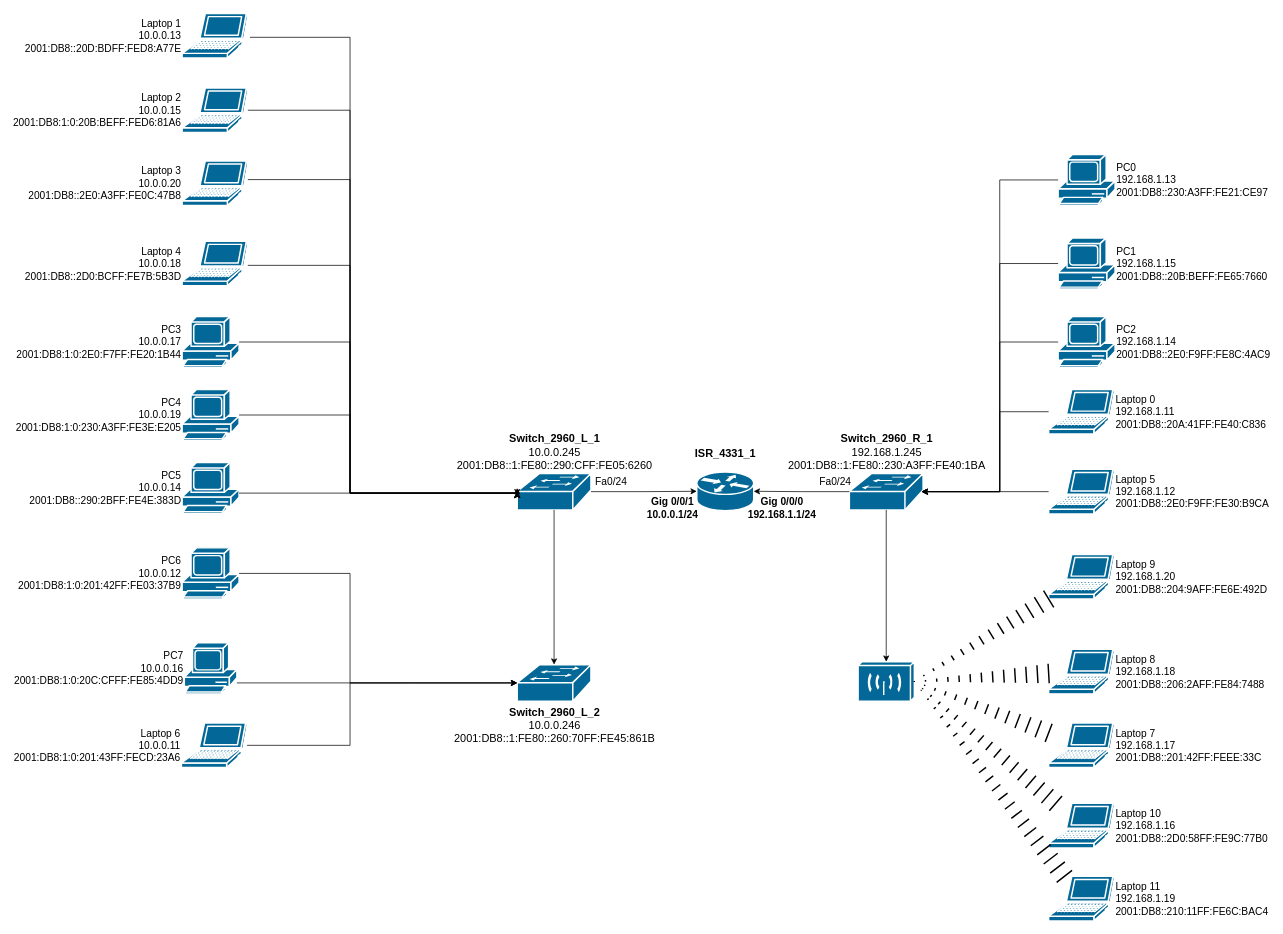
MijsBjornPXL/WPL1_Netwerkdocumentatie keeps this draw.io diagram as Topoligy.drawio. Above is the earlier version. Source tidied: cells renumbered, new cells numbered last; positions are measured from the earlier drawing's top-left corner, leaving out a move shared by most shapes. Both pictures are drawn from the tidied source at 73%, with x=0, y=0 at pixel (181, 13).
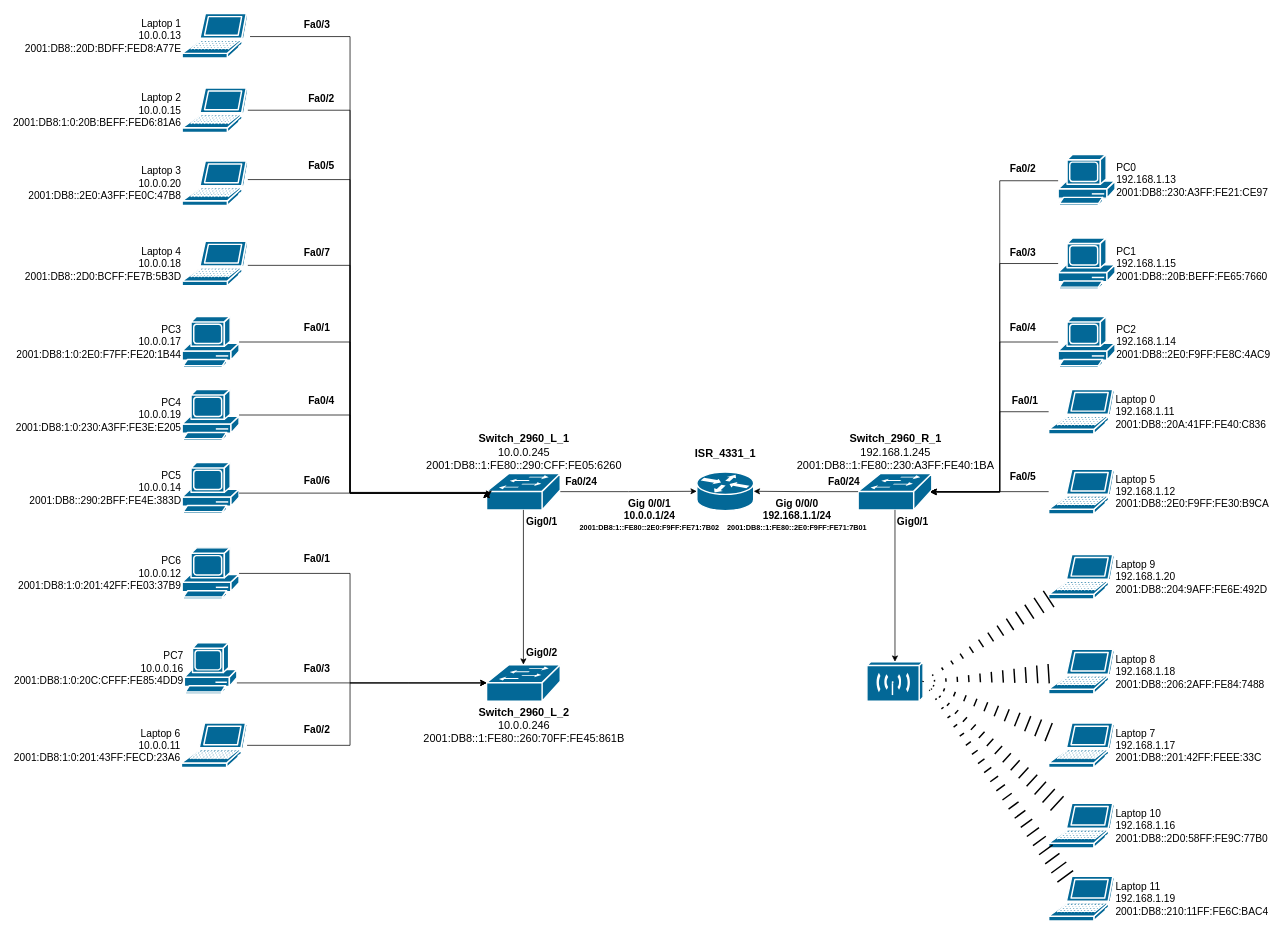
After the change.

The change refers to these unchanged cells:
```xml
<mxCell id="28" value="&lt;font style=&quot;font-size: 14px;&quot;&gt;PC0&lt;/font&gt;&lt;div&gt;&lt;font style=&quot;font-size: 14px;&quot;&gt;192.168.1.13&lt;/font&gt;&lt;/div&gt;&lt;div&gt;&lt;font style=&quot;font-size: 14px;&quot;&gt;2001:DB8::230:A3FF:FE21:CE97&lt;/font&gt;&lt;/div&gt;" style="shape=mxgraph.cisco.computers_and_peripherals.pc;sketch=0;html=1;dashed=0;fillColor=#036897;strokeColor=#ffffff;strokeWidth=2;verticalLabelPosition=middle;verticalAlign=middle;align=left;outlineConnect=0;labelPosition=right;" parent="1" vertex="1">
  <mxGeometry x="1201" y="193" width="78" height="70" as="geometry" />
</mxCell>
```

What changed in the source:
```diff
@@
     <mxCell id="4" value="&lt;font style=&quot;font-size: 15px;&quot;&gt;Switch_2960_L_1&lt;/font&gt;&lt;div&gt;&lt;font style=&quot;font-size: 15px; font-weight: normal;&quot;&gt;10.0.0.245&lt;/font&gt;&lt;/div&gt;&lt;div&gt;&lt;font style=&quot;&quot;&gt;&lt;span style=&quot;font-size: 15px; font-weight: 400;&quot;&gt;2001:DB8::1:FE80::290:CFF:FE05:6260&lt;/span&gt;&lt;/font&gt;&lt;/div&gt;" style="shape=mxgraph.cisco.switches.workgroup_switch;sketch=0;html=1;dashed=0;fillColor=#036897;strokeColor=#ffffff;strokeWidth=2;verticalLabelPosition=top;verticalAlign=bottom;align=center;outlineConnect=0;labelPosition=center;fontStyle=1;" parent="1" vertex="1">
-      <mxGeometry x="460" y="630" width="101" height="50" as="geometry" />
+      <mxGeometry x="418" y="630" width="101" height="50" as="geometry" />
     </mxCell>
     <mxCell id="5" value="Switch_2960_R_1&lt;div&gt;&lt;span style=&quot;font-weight: normal;&quot;&gt;192.168.1.245&lt;/span&gt;&lt;/div&gt;&lt;div&gt;&lt;span style=&quot;font-size: 15px; font-weight: 400;&quot;&gt;2001:DB8::1:FE80::230:A3FF:FE40:1BA&lt;/span&gt;&lt;/div&gt;" style="shape=mxgraph.cisco.switches.workgroup_switch;sketch=0;html=1;dashed=0;fillColor=#036897;strokeColor=#ffffff;strokeWidth=2;verticalLabelPosition=top;verticalAlign=bottom;align=center;outlineConnect=0;fontSize=15;fontStyle=1;labelPosition=center;" parent="1" vertex="1">
-      <mxGeometry x="915" y="630" width="101" height="50" as="geometry" />
+      <mxGeometry x="927" y="630" width="101" height="50" as="geometry" />
     </mxCell>
@@
     <mxCell id="9" value="&lt;font style=&quot;font-size: 15px;&quot;&gt;&lt;b&gt;Switch_2960_L_2&lt;/b&gt;&lt;/font&gt;&lt;div&gt;&lt;font style=&quot;font-size: 15px;&quot;&gt;10.0.0.246&lt;b&gt;&lt;/b&gt;&lt;/font&gt;&lt;/div&gt;&lt;div&gt;&lt;font style=&quot;&quot;&gt;&lt;span style=&quot;font-size: 15px;&quot;&gt;2001:DB8::1:FE80::260:70FF:FE45:861B&lt;/span&gt;&lt;/font&gt;&lt;/div&gt;" style="shape=mxgraph.cisco.switches.workgroup_switch;sketch=0;html=1;dashed=0;fillColor=#036897;strokeColor=#ffffff;strokeWidth=2;verticalLabelPosition=bottom;verticalAlign=top;align=center;outlineConnect=0;" parent="1" vertex="1">
-      <mxGeometry x="460" y="892" width="101" height="50" as="geometry" />
+      <mxGeometry x="418" y="892" width="101" height="50" as="geometry" />
     </mxCell>
@@
-    <mxCell id="17" style="edgeStyle=orthogonalEdgeStyle;rounded=0;jettySize=auto;html=1;entryX=0;entryY=0.5;entryDx=0;entryDy=0;entryPerimeter=0;" parent="1" edge="1" target="4">
+    <mxCell id="17" style="edgeStyle=orthogonalEdgeStyle;rounded=0;orthogonalLoop=1;jettySize=auto;html=1;entryX=0;entryY=0.5;entryDx=0;entryDy=0;entryPerimeter=0;" parent="1" edge="1">
       <mxGeometry relative="1" as="geometry">
-        <mxPoint x="94" y="32.6" as="sourcePoint" />
+        <mxPoint x="94" y="31.6" as="sourcePoint" />
+        <mxPoint x="418" y="654" as="targetPoint" />
         <Array as="points">
-          <mxPoint x="231" y="33" />
-          <mxPoint x="231" y="657" />
+          <mxPoint x="231" y="32" />
+          <mxPoint x="231" y="656" />
         </Array>
       </mxGeometry>
     </mxCell>
@@
-    <mxCell id="26" style="edgeStyle=orthogonalEdgeStyle;rounded=0;orthogonalLoop=1;jettySize=auto;html=1;entryX=0;entryY=0.5;entryDx=0;entryDy=0;entryPerimeter=0;" parent="1" edge="1">
+    <mxCell id="26" style="edgeStyle=orthogonalEdgeStyle;rounded=0;orthogonalLoop=1;jettySize=auto;html=1;" parent="1" edge="1">
       <mxGeometry relative="1" as="geometry">
         <mxPoint x="79" y="657" as="sourcePoint" />
-        <mxPoint x="460" y="660" as="targetPoint" />
+        <mxPoint x="421" y="662" as="targetPoint" />
         <Array as="points">
-          <mxPoint x="460" y="657" />
+          <mxPoint x="421" y="657" />
         </Array>
       </mxGeometry>
     </mxCell>
     <mxCell id="27" style="shape=mxgraph.cisco.wireless.wireless_transport;html=1;dashed=0;fillColor=#036897;strokeColor=#ffffff;strokeWidth=2;verticalLabelPosition=bottom;verticalAlign=top;align=center;outlineConnect=0;" parent="1" vertex="1">
-      <mxGeometry x="927" y="888" width="77" height="54" as="geometry" />
+      <mxGeometry x="939" y="888" width="77" height="54" as="geometry" />
     </mxCell>
@@
-    <mxCell id="40" style="edgeStyle=orthogonalEdgeStyle;rounded=0;orthogonalLoop=1;jettySize=auto;html=1;entryX=0;entryY=0.5;entryDx=0;entryDy=0;entryPerimeter=0;" parent="1" edge="1">
+    <mxCell id="40" style="edgeStyle=orthogonalEdgeStyle;rounded=0;jettySize=auto;html=1;entryX=0;entryY=0.5;entryDx=0;entryDy=0;entryPerimeter=0;" parent="1" edge="1" target="4">
       <mxGeometry relative="1" as="geometry">
         <mxPoint x="91" y="227.5" as="sourcePoint" />
-        <mxPoint x="460" y="650" as="targetPoint" />
         <Array as="points">
           <mxPoint x="231" y="228" />
           <mxPoint x="231" y="657" />
-          <mxPoint x="460" y="657" />
+          <mxPoint x="418" y="657" />
         </Array>
       </mxGeometry>
     </mxCell>
@@
-    <mxCell id="44" style="edgeStyle=orthogonalEdgeStyle;rounded=0;jettySize=auto;html=1;entryX=0.98;entryY=0.5;entryDx=0;entryDy=0;entryPerimeter=0;" parent="1" edge="1" source="28" target="5">
+    <mxCell id="44" style="edgeStyle=orthogonalEdgeStyle;rounded=0;orthogonalLoop=1;jettySize=auto;html=1;entryX=0.98;entryY=0.5;entryDx=0;entryDy=0;entryPerimeter=0;" parent="1" edge="1">
       <mxGeometry relative="1" as="geometry">
+        <mxPoint x="1201" y="229.1" as="sourcePoint" />
+        <mxPoint x="1026" y="656" as="targetPoint" />
         <Array as="points">
-          <mxPoint x="1121" y="228" />
-          <mxPoint x="1121" y="655" />
+          <mxPoint x="1121" y="229" />
+          <mxPoint x="1121" y="656" />
         </Array>
       </mxGeometry>
     </mxCell>
@@
-    <mxCell id="51" value="&lt;font style=&quot;font-size: 14px;&quot;&gt;&lt;b&gt;Gig 0/0/1&lt;/b&gt;&lt;/font&gt;&lt;div&gt;&lt;font style=&quot;font-size: 14px;&quot;&gt;&lt;b&gt;10.0.0.1/24&lt;/b&gt;&lt;/font&gt;&lt;/div&gt;" style="text;strokeColor=none;align=center;fillColor=none;html=1;verticalAlign=middle;whiteSpace=wrap;rounded=0;" parent="1" vertex="1">
-      <mxGeometry x="628" y="662" width="90" height="30" as="geometry" />
+    <mxCell id="51" value="&lt;font style=&quot;font-size: 14px;&quot;&gt;&lt;b&gt;Gig 0/0/1&lt;/b&gt;&lt;/font&gt;&lt;div&gt;&lt;font style=&quot;font-size: 14px;&quot;&gt;&lt;b&gt;10.0.0.1/24&lt;/b&gt;&lt;/font&gt;&lt;/div&gt;&lt;div&gt;&lt;font style=&quot;font-size: 10px;&quot;&gt;&lt;b style=&quot;&quot;&gt;2001:DB8:1::FE80::2E0:F9FF:FE71:7B02&lt;/b&gt;&lt;/font&gt;&lt;/div&gt;" style="text;strokeColor=none;align=center;fillColor=none;html=1;verticalAlign=middle;whiteSpace=wrap;rounded=0;" parent="1" vertex="1">
+      <mxGeometry x="578" y="662" width="127" height="50" as="geometry" />
     </mxCell>
-    <mxCell id="52" value="&lt;font style=&quot;font-size: 14px;&quot;&gt;&lt;b&gt;Gig 0/0/0&lt;/b&gt;&lt;/font&gt;&lt;div&gt;&lt;font style=&quot;font-size: 14px;&quot;&gt;&lt;b&gt;192.168.1.1/24&lt;/b&gt;&lt;/font&gt;&lt;/div&gt;" style="text;strokeColor=none;align=center;fillColor=none;html=1;verticalAlign=middle;whiteSpace=wrap;rounded=0;" parent="1" vertex="1">
-      <mxGeometry x="778" y="662" width="90" height="30" as="geometry" />
+    <mxCell id="52" value="&lt;font style=&quot;font-size: 14px;&quot;&gt;&lt;b&gt;Gig 0/0/0&lt;/b&gt;&lt;/font&gt;&lt;div&gt;&lt;font style=&quot;font-size: 14px;&quot;&gt;&lt;b&gt;192.168.1.1/24&lt;/b&gt;&lt;/font&gt;&lt;/div&gt;&lt;div&gt;&lt;font style=&quot;font-size: 10px;&quot;&gt;&lt;b style=&quot;&quot;&gt;2001:DB8::1:FE80::2E0:F9FF:FE71:7B01&lt;/b&gt;&lt;/font&gt;&lt;/div&gt;" style="text;strokeColor=none;align=center;fillColor=none;html=1;verticalAlign=middle;whiteSpace=wrap;rounded=0;" parent="1" vertex="1">
+      <mxGeometry x="792" y="662" width="103" height="50" as="geometry" />
     </mxCell>
-    <mxCell id="53" value="&lt;span style=&quot;font-size: 14px;&quot;&gt;Fa0/24&lt;/span&gt;" style="text;strokeColor=none;align=center;fillColor=none;html=1;verticalAlign=middle;whiteSpace=wrap;rounded=0;" parent="1" vertex="1">
-      <mxGeometry x="544" y="627" width="90" height="30" as="geometry" />
+    <mxCell id="53" value="&lt;span style=&quot;font-size: 14px;&quot;&gt;&lt;b&gt;Fa0/24&lt;/b&gt;&lt;/span&gt;" style="text;strokeColor=none;align=center;fillColor=none;html=1;verticalAlign=middle;whiteSpace=wrap;rounded=0;" parent="1" vertex="1">
+      <mxGeometry x="503" y="627" width="90" height="30" as="geometry" />
     </mxCell>
-    <mxCell id="54" value="&lt;span style=&quot;font-size: 14px;&quot;&gt;Fa0/24&lt;/span&gt;" style="text;strokeColor=none;align=center;fillColor=none;html=1;verticalAlign=middle;whiteSpace=wrap;rounded=0;" parent="1" vertex="1">
-      <mxGeometry x="851" y="625.5" width="90" height="30" as="geometry" />
+    <mxCell id="54" value="&lt;span style=&quot;font-size: 14px;&quot;&gt;&lt;b&gt;Fa0/24&lt;/b&gt;&lt;/span&gt;" style="text;strokeColor=none;align=center;fillColor=none;html=1;verticalAlign=middle;whiteSpace=wrap;rounded=0;" parent="1" vertex="1">
+      <mxGeometry x="863" y="625.5" width="90" height="30" as="geometry" />
     </mxCell>
+    <mxCell id="55" value="&lt;span style=&quot;font-size: 14px;&quot;&gt;&lt;b&gt;Gig0/1&lt;/b&gt;&lt;/span&gt;" style="text;strokeColor=none;align=center;fillColor=none;html=1;verticalAlign=middle;whiteSpace=wrap;rounded=0;" parent="1" vertex="1">
+      <mxGeometry x="449" y="681" width="90" height="30" as="geometry" />
+    </mxCell>
+    <mxCell id="56" value="&lt;span style=&quot;font-size: 14px;&quot;&gt;&lt;b&gt;Gig0/2&lt;/b&gt;&lt;/span&gt;" style="text;strokeColor=none;align=center;fillColor=none;html=1;verticalAlign=middle;whiteSpace=wrap;rounded=0;" parent="1" vertex="1">
+      <mxGeometry x="449" y="861" width="90" height="30" as="geometry" />
+    </mxCell>
+    <mxCell id="57" value="&lt;span style=&quot;font-size: 14px;&quot;&gt;&lt;b&gt;Gig0/1&lt;/b&gt;&lt;/span&gt;" style="text;strokeColor=none;align=center;fillColor=none;html=1;verticalAlign=middle;whiteSpace=wrap;rounded=0;" parent="1" vertex="1">
+      <mxGeometry x="957" y="681" width="90" height="30" as="geometry" />
+    </mxCell>
+    <mxCell id="58" value="&lt;span style=&quot;font-size: 14px;&quot;&gt;&lt;b&gt;Fa0/3&lt;/b&gt;&lt;/span&gt;" style="text;strokeColor=none;align=center;fillColor=none;html=1;verticalAlign=middle;whiteSpace=wrap;rounded=0;" parent="1" vertex="1">
+      <mxGeometry x="141" width="90" height="30" as="geometry" />
+    </mxCell>
+    <mxCell id="59" value="&lt;span style=&quot;font-size: 14px;&quot;&gt;&lt;b&gt;Fa0/2&lt;/b&gt;&lt;/span&gt;" style="text;strokeColor=none;align=center;fillColor=none;html=1;verticalAlign=middle;whiteSpace=wrap;rounded=0;" parent="1" vertex="1">
+      <mxGeometry x="147" y="102" width="90" height="30" as="geometry" />
+    </mxCell>
+    <mxCell id="60" value="&lt;span style=&quot;font-size: 14px;&quot;&gt;&lt;b&gt;Fa0/5&lt;/b&gt;&lt;/span&gt;" style="text;strokeColor=none;align=center;fillColor=none;html=1;verticalAlign=middle;whiteSpace=wrap;rounded=0;" parent="1" vertex="1">
+      <mxGeometry x="147" y="193" width="90" height="30" as="geometry" />
+    </mxCell>
+    <mxCell id="61" value="&lt;span style=&quot;font-size: 14px;&quot;&gt;&lt;b&gt;Fa0/7&lt;/b&gt;&lt;/span&gt;" style="text;strokeColor=none;align=center;fillColor=none;html=1;verticalAlign=middle;whiteSpace=wrap;rounded=0;" parent="1" vertex="1">
+      <mxGeometry x="141" y="312" width="90" height="30" as="geometry" />
+    </mxCell>
+    <mxCell id="62" value="&lt;span style=&quot;font-size: 14px;&quot;&gt;&lt;b&gt;Fa0/1&lt;/b&gt;&lt;/span&gt;" style="text;strokeColor=none;align=center;fillColor=none;html=1;verticalAlign=middle;whiteSpace=wrap;rounded=0;" parent="1" vertex="1">
+      <mxGeometry x="141" y="415" width="90" height="30" as="geometry" />
+    </mxCell>
+    <mxCell id="63" value="&lt;span style=&quot;font-size: 14px;&quot;&gt;&lt;b&gt;Fa0/4&lt;/b&gt;&lt;/span&gt;" style="text;strokeColor=none;align=center;fillColor=none;html=1;verticalAlign=middle;whiteSpace=wrap;rounded=0;" parent="1" vertex="1">
+      <mxGeometry x="147" y="515" width="90" height="30" as="geometry" />
+    </mxCell>
+    <mxCell id="64" value="&lt;span style=&quot;font-size: 14px;&quot;&gt;&lt;b&gt;Fa0/6&lt;/b&gt;&lt;/span&gt;" style="text;strokeColor=none;align=center;fillColor=none;html=1;verticalAlign=middle;whiteSpace=wrap;rounded=0;" parent="1" vertex="1">
+      <mxGeometry x="141" y="624.5" width="90" height="30" as="geometry" />
+    </mxCell>
+    <mxCell id="65" value="&lt;span style=&quot;font-size: 14px;&quot;&gt;&lt;b&gt;Fa0/1&lt;/b&gt;&lt;/span&gt;" style="text;strokeColor=none;align=center;fillColor=none;html=1;verticalAlign=middle;whiteSpace=wrap;rounded=0;" parent="1" vertex="1">
+      <mxGeometry x="141" y="732" width="90" height="30" as="geometry" />
+    </mxCell>
+    <mxCell id="66" value="&lt;span style=&quot;font-size: 14px;&quot;&gt;&lt;b&gt;Fa0/3&lt;/b&gt;&lt;/span&gt;" style="text;strokeColor=none;align=center;fillColor=none;html=1;verticalAlign=middle;whiteSpace=wrap;rounded=0;" parent="1" vertex="1">
+      <mxGeometry x="141" y="882" width="90" height="30" as="geometry" />
+    </mxCell>
+    <mxCell id="67" value="&lt;span style=&quot;font-size: 14px;&quot;&gt;&lt;b&gt;Fa0/2&lt;/b&gt;&lt;/span&gt;" style="text;strokeColor=none;align=center;fillColor=none;html=1;verticalAlign=middle;whiteSpace=wrap;rounded=0;" parent="1" vertex="1">
+      <mxGeometry x="141" y="966" width="90" height="30" as="geometry" />
+    </mxCell>
+    <mxCell id="68" value="&lt;span style=&quot;font-size: 14px;&quot;&gt;&lt;b&gt;Fa0/2&lt;/b&gt;&lt;/span&gt;" style="text;strokeColor=none;align=center;fillColor=none;html=1;verticalAlign=middle;whiteSpace=wrap;rounded=0;" parent="1" vertex="1">
+      <mxGeometry x="1108" y="198" width="90" height="30" as="geometry" />
+    </mxCell>
+    <mxCell id="69" value="&lt;span style=&quot;font-size: 14px;&quot;&gt;&lt;b&gt;Fa0/3&lt;/b&gt;&lt;/span&gt;" style="text;strokeColor=none;align=center;fillColor=none;html=1;verticalAlign=middle;whiteSpace=wrap;rounded=0;" parent="1" vertex="1">
+      <mxGeometry x="1108" y="313" width="90" height="30" as="geometry" />
+    </mxCell>
+    <mxCell id="70" value="&lt;span style=&quot;font-size: 14px;&quot;&gt;&lt;b&gt;Fa0/4&lt;/b&gt;&lt;/span&gt;" style="text;strokeColor=none;align=center;fillColor=none;html=1;verticalAlign=middle;whiteSpace=wrap;rounded=0;" parent="1" vertex="1">
+      <mxGeometry x="1108" y="415" width="90" height="30" as="geometry" />
+    </mxCell>
+    <mxCell id="71" value="&lt;span style=&quot;font-size: 14px;&quot;&gt;&lt;b&gt;Fa0/1&lt;/b&gt;&lt;/span&gt;" style="text;strokeColor=none;align=center;fillColor=none;html=1;verticalAlign=middle;whiteSpace=wrap;rounded=0;" parent="1" vertex="1">
+      <mxGeometry x="1111" y="515" width="90" height="30" as="geometry" />
+    </mxCell>
+    <mxCell id="72" value="&lt;span style=&quot;font-size: 14px;&quot;&gt;&lt;b&gt;Fa0/5&lt;/b&gt;&lt;/span&gt;" style="text;strokeColor=none;align=center;fillColor=none;html=1;verticalAlign=middle;whiteSpace=wrap;rounded=0;" parent="1" vertex="1">
+      <mxGeometry x="1108" y="620" width="90" height="30" as="geometry" />
+    </mxCell>
```
